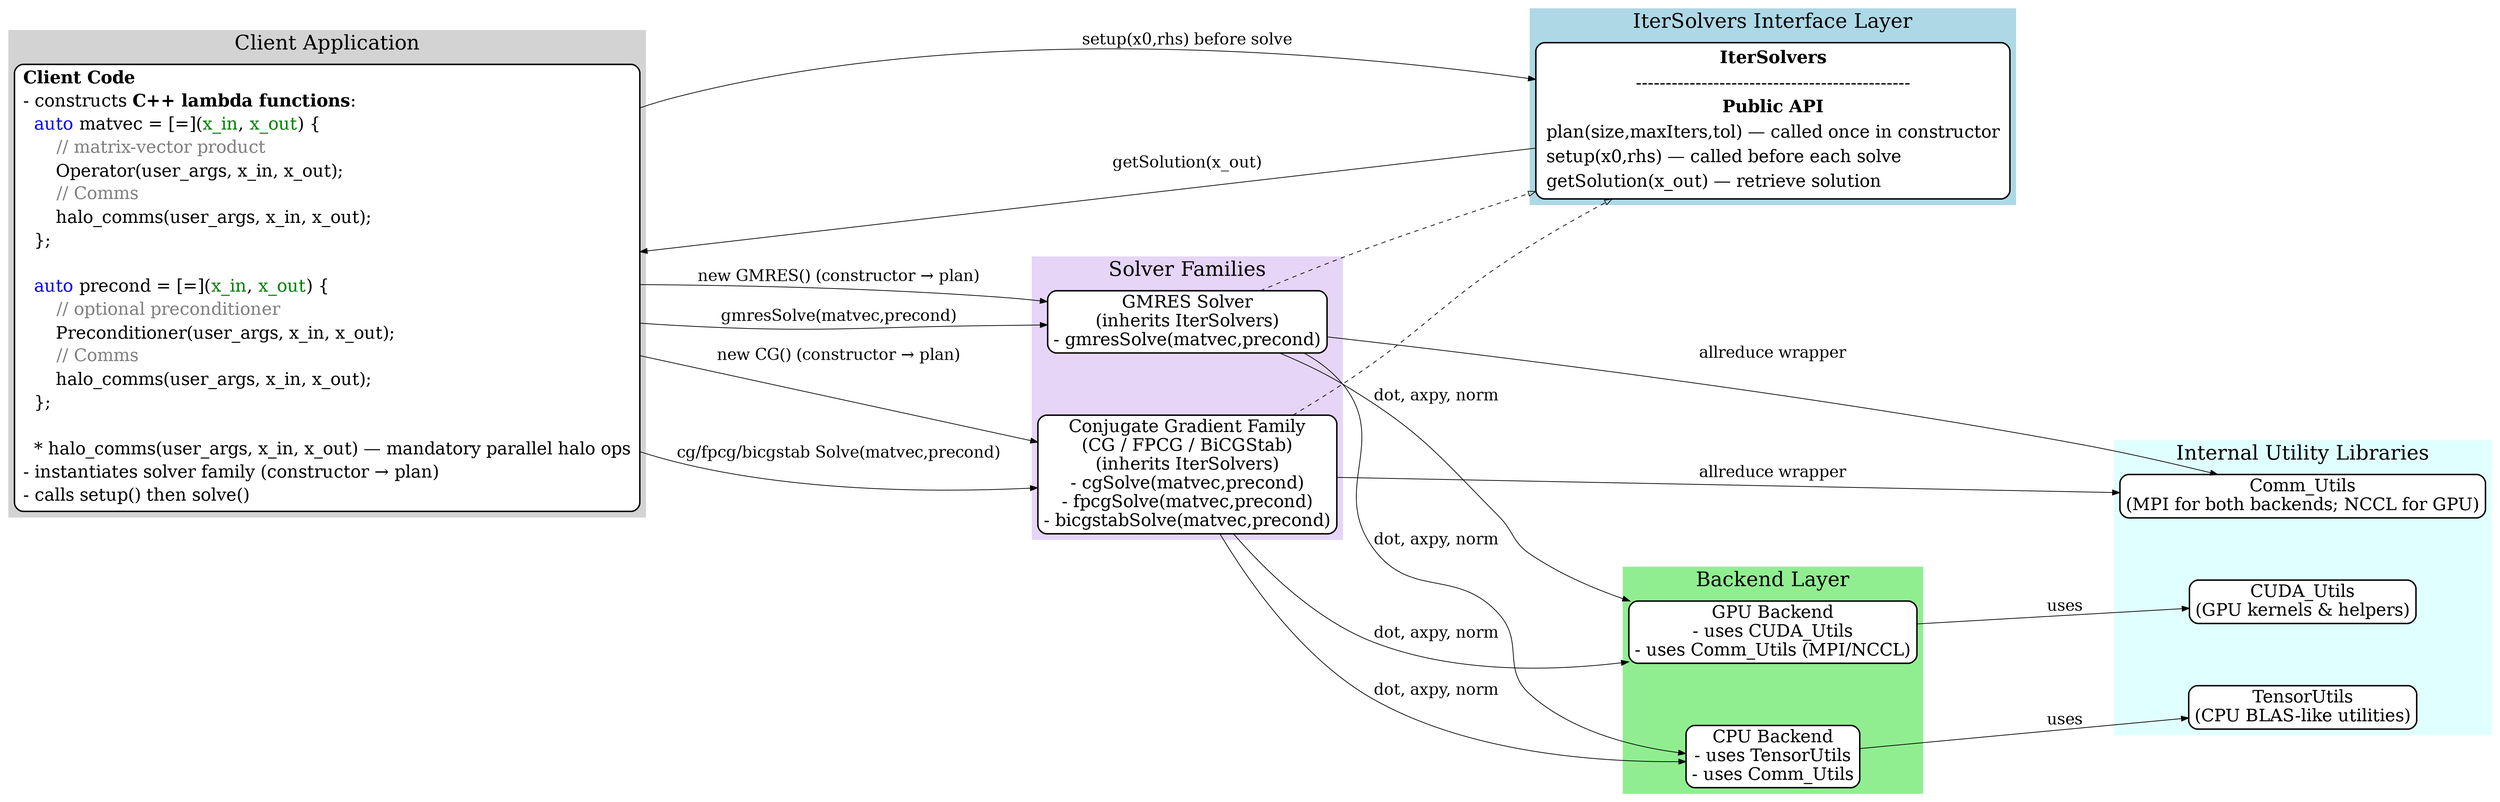
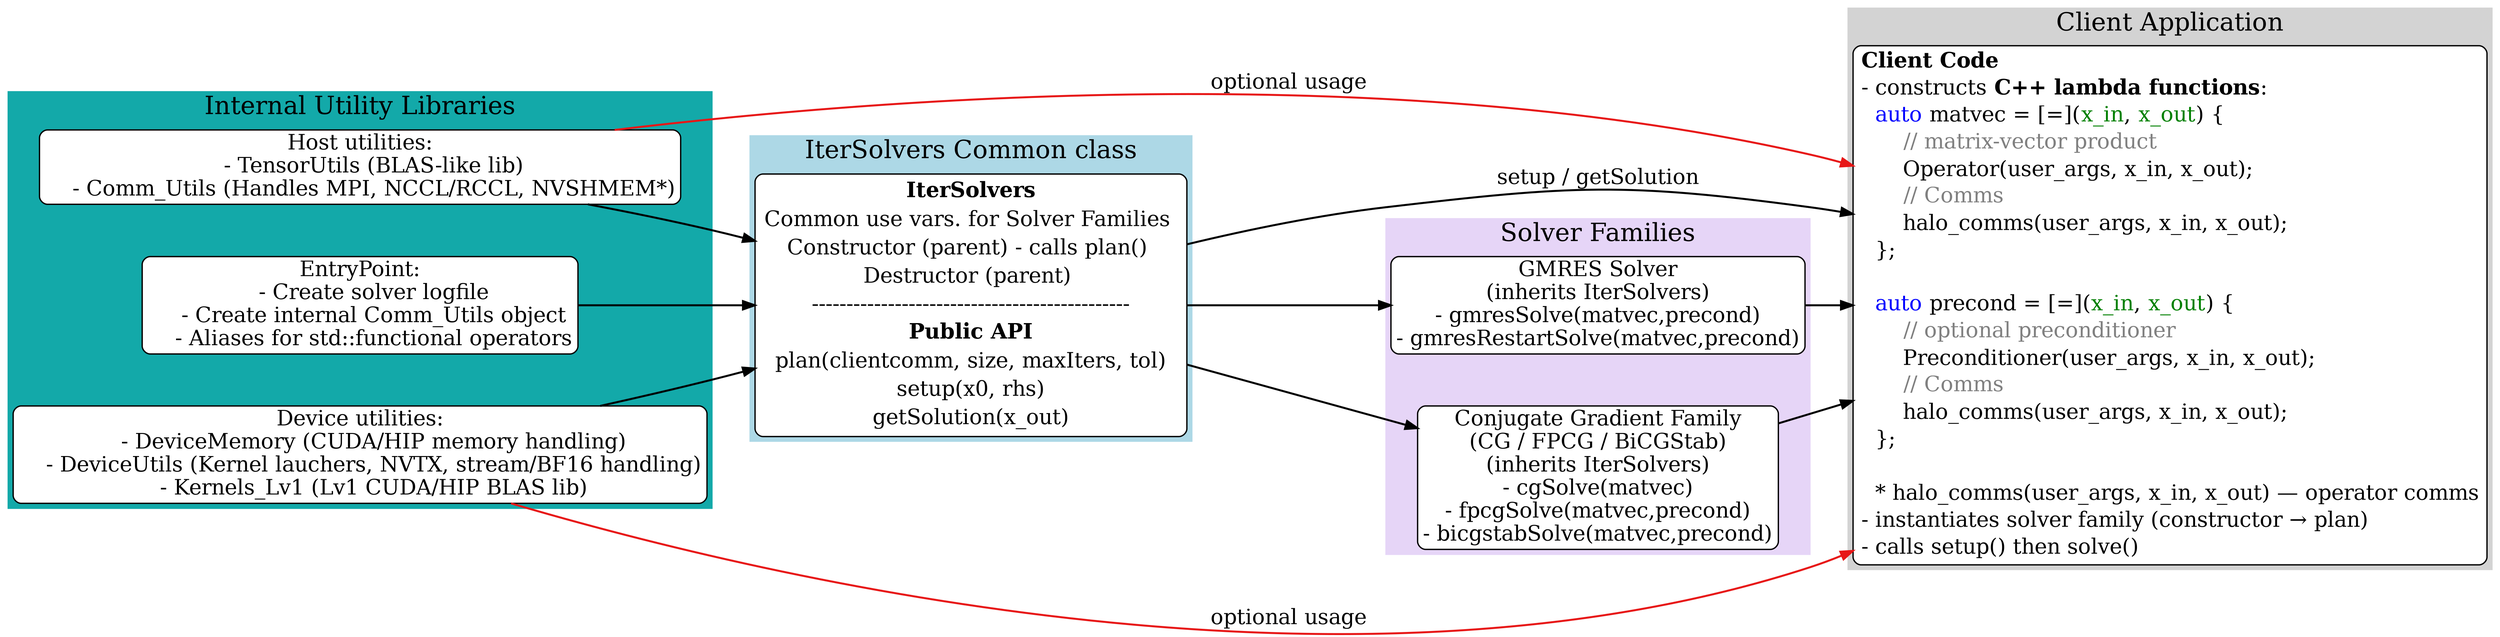
digraph GLASs_Architecture {
  rankdir=LR;
-   fontsize=28;
-   nodesep=1.2;
-   ranksep=1.4;
+   fontsize=38;
+   nodesep=1.1;
+   ranksep=1.0;

-   node [shape=box, style="rounded,filled", fontsize=24, fillcolor=white, penwidth=2];
+   node [shape=box, style="rounded,filled", fontsize=32, fillcolor=white, penwidth=2];
  edge [fontsize=22];

  // ==========================
  // Client Layer
  // ==========================
  subgraph cluster_client {
    label="Client Application";
    style=filled;
    color=lightgrey;
    fillcolor=lightgrey;

    ClientCode [label=<<TABLE BORDER="0" CELLBORDER="0" CELLSPACING="2">
      <TR><TD ALIGN="LEFT"><B>Client Code</B></TD></TR>
      <TR><TD ALIGN="LEFT">- constructs <B>C++ lambda functions</B>:</TD></TR>
      <TR><TD ALIGN="LEFT"><FONT COLOR="#0000FF">  auto</FONT> matvec = [=](<FONT COLOR="#008000">x_in</FONT>, <FONT COLOR="#008000">x_out</FONT>) {</TD></TR>
      <TR><TD ALIGN="LEFT">      <FONT COLOR="#808080">// matrix-vector product</FONT></TD></TR>
      <TR><TD ALIGN="LEFT">      Operator(user_args, x_in, x_out);</TD></TR>
      <TR><TD ALIGN="LEFT">      <FONT COLOR="#808080">// Comms</FONT></TD></TR>
      <TR><TD ALIGN="LEFT">      halo_comms(user_args, x_in, x_out);</TD></TR>
      <TR><TD ALIGN="LEFT">  };</TD></TR>
      <TR><TD ALIGN="LEFT"> </TD></TR>
      <TR><TD ALIGN="LEFT"><FONT COLOR="#0000FF">  auto</FONT> precond = [=](<FONT COLOR="#008000">x_in</FONT>, <FONT COLOR="#008000">x_out</FONT>) {</TD></TR>
      <TR><TD ALIGN="LEFT">      <FONT COLOR="#808080">// optional preconditioner</FONT></TD></TR>
      <TR><TD ALIGN="LEFT">      Preconditioner(user_args, x_in, x_out);</TD></TR>
      <TR><TD ALIGN="LEFT">      <FONT COLOR="#808080">// Comms</FONT></TD></TR>
      <TR><TD ALIGN="LEFT">      halo_comms(user_args, x_in, x_out);</TD></TR>
      <TR><TD ALIGN="LEFT">  };</TD></TR>
      <TR><TD ALIGN="LEFT"> </TD></TR>
-       <TR><TD ALIGN="LEFT">  * halo_comms(user_args, x_in, x_out) — mandatory parallel halo ops</TD></TR>
+       <TR><TD ALIGN="LEFT">  * halo_comms(user_args, x_in, x_out) — operator comms</TD></TR>
      <TR><TD ALIGN="LEFT">- instantiates solver family (constructor → plan)</TD></TR>
      <TR><TD ALIGN="LEFT">- calls setup() then solve()</TD></TR>
    </TABLE>>, fillcolor=white];
  }

  // ==========================
  // IterSolvers API
  // ==========================
  subgraph cluster_interface {
-     label="IterSolvers Interface Layer";
+     label="IterSolvers Common class";
    style=filled;
    color=lightblue;
    fillcolor=lightblue;

    IterSolvers [label=<<TABLE BORDER="0" CELLBORDER="0" CELLSPACING="4">
      <TR><TD><B>IterSolvers</B></TD></TR>
+       <TR><TD>Common use vars. for Solver Families </TD></TR>
+       <TR><TD>Constructor (parent) - calls plan() </TD></TR>
+       <TR><TD>Destructor (parent) </TD></TR>
      <TR><TD>----------------------------------------------</TD></TR>
      <TR><TD><B>Public API</B></TD></TR>
-       <TR><TD ALIGN="LEFT">plan(size,maxIters,tol) — called once in constructor</TD></TR>
-       <TR><TD ALIGN="LEFT">setup(x0,rhs) — called before each solve</TD></TR>
-       <TR><TD ALIGN="LEFT">getSolution(x_out) — retrieve solution</TD></TR>
+       <TR><TD>plan(clientcomm, size, maxIters, tol)</TD></TR>
+       <TR><TD>setup(x0, rhs)</TD></TR>
+       <TR><TD>getSolution(x_out)</TD></TR>
    </TABLE>>, fillcolor=white];
  }

  // ==========================
  // Solver Families
  // ==========================
  subgraph cluster_solvers {
    label="Solver Families";
    style=filled;
    color="#E6D5F7";
    fillcolor="#E6D5F7";

    GMRES [label="GMRES Solver
(inherits IterSolvers)
- - gmresSolve(matvec,precond)", fillcolor=white];
+ - gmresSolve(matvec,precond)
+ - gmresRestartSolve(matvec,precond)", fillcolor=white];

    CG [label="Conjugate Gradient Family
(CG / FPCG / BiCGStab)
(inherits IterSolvers)
- - cgSolve(matvec,precond)
+ - cgSolve(matvec)
- fpcgSolve(matvec,precond)
- bicgstabSolve(matvec,precond)", fillcolor=white];
  }

  // ==========================
  // Internal Utilities
  // ==========================
  subgraph cluster_internal {
    label="Internal Utility Libraries";
    style=filled;
-     color=lightcyan;
-     fillcolor=lightcyan;
+     color="#13a9a9";
+     fillcolor="#13a9a9";

-     TensorUtils [label="TensorUtils
- (CPU BLAS-like utilities)", fillcolor=white];
-     CUDAUtils   [label="CUDA_Utils
- (GPU kernels & helpers)", fillcolor=white];
-     CommUtils   [label="Comm_Utils
- (MPI for both backends; NCCL for GPU)", fillcolor=white];
-   }
+     HostUtils [label="Host utilities:
+     - TensorUtils (BLAS-like lib)
+     - Comm_Utils (Handles MPI, NCCL/RCCL, NVSHMEM*)", fillcolor=white];

-   // ==========================
-   // Backend Layer
-   // ==========================
-   subgraph cluster_backend {
-     label="Backend Layer";
-     style=filled;
-     color=lightgreen;
-     fillcolor=lightgreen;
+     DevUtils [label="Device utilities:
+     - DeviceMemory (CUDA/HIP memory handling)
+     - DeviceUtils (Kernel lauchers, NVTX, stream/BF16 handling)
+     - Kernels_Lv1 (Lv1 CUDA/HIP BLAS lib)", fillcolor=white];

-     CPUBackend [label="CPU Backend
- - uses TensorUtils
- - uses Comm_Utils", fillcolor=white];
-     GPUBackend [label="GPU Backend
- - uses CUDA_Utils
- - uses Comm_Utils (MPI/NCCL)", fillcolor=white];
+     EntryPoint [label="EntryPoint:
+     - Create solver logfile
+     - Create internal Comm_Utils object
+     - Aliases for std::functional operators", fillcolor=white];
  }

  // ==========================
  // Arrows / Flow
  // ==========================
-   // Client constructs solver
-   ClientCode -> GMRES [label="new GMRES() (constructor → plan)"];
-   ClientCode -> CG    [label="new CG() (constructor → plan)"];
+   EntryPoint -> IterSolvers [label="", arrowsize=1.8, penwidth=3.0]
+   HostUtils  -> IterSolvers [label="", arrowsize=1.8, penwidth=3.0]
+   DevUtils   -> IterSolvers [label="", arrowsize=1.8, penwidth=3.0]

-   // setup before solve
-   ClientCode -> IterSolvers [label="setup(x0,rhs) before solve"];
+   IterSolvers -> GMRES,CG [label="", arrowsize=1.8, penwidth=3.0]

-   // solve calls
-   ClientCode -> GMRES [label="gmresSolve(matvec,precond)"];
-   ClientCode -> CG    [label="cg/fpcg/bicgstab Solve(matvec,precond)"];
+   CG,GMRES -> ClientCode [label="", arrowsize=1.8, penwidth=3.0]
+   HostUtils,DevUtils -> ClientCode [label="optional usage", fontsize=32, arrowsize=1.8, color="#e71717", penwidth=3.0]
+   IterSolvers -> ClientCode [label="setup / getSolution", fontsize=32, arrowsize=1.8, penwidth=3.0]

-   // inheritance
-   GMRES -> IterSolvers [style=dashed, arrowhead=empty];
-   CG    -> IterSolvers [style=dashed, arrowhead=empty];
- 
-   // backend usage
-   GMRES -> CPUBackend [label="dot, axpy, norm"];
-   GMRES -> GPUBackend [label="dot, axpy, norm"];
-   CG    -> CPUBackend [label="dot, axpy, norm"];
-   CG    -> GPUBackend [label="dot, axpy, norm"];
- 
-   // backend dependencies
-   CPUBackend -> TensorUtils [label="uses"];
-   GPUBackend -> CUDAUtils   [label="uses"];
-   GMRES -> CommUtils [label="allreduce wrapper"];
-   CG    -> CommUtils [label="allreduce wrapper"];
- 
-   // return solution
-   IterSolvers -> ClientCode [label="getSolution(x_out)"];
}
